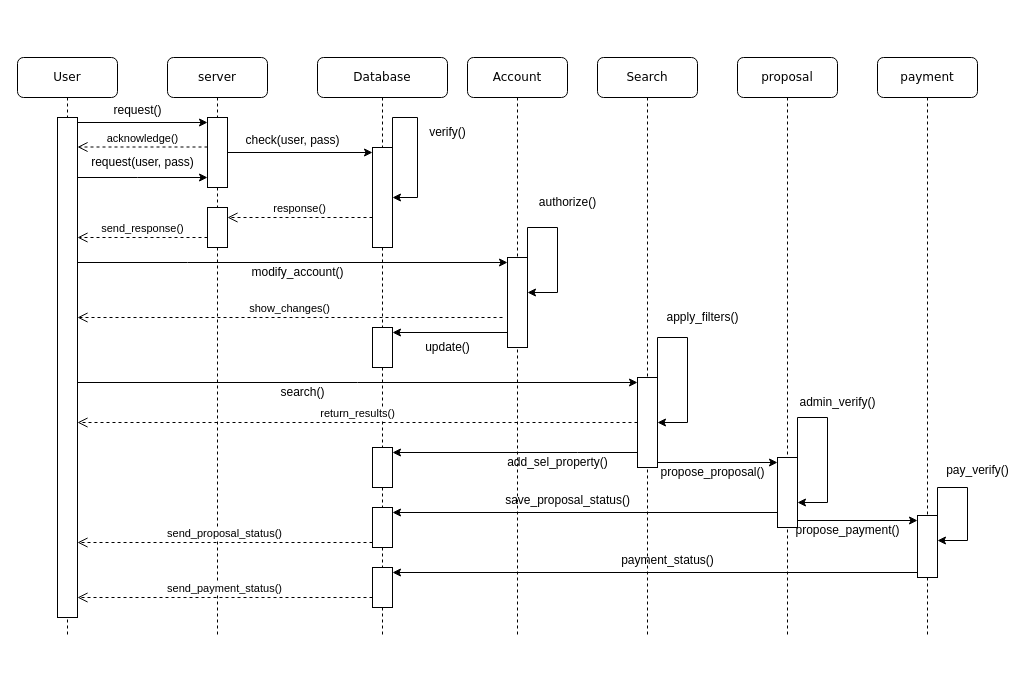
Before: interaction diagram.drawio in Jainil2004/SEPM, a draw.io diagram. Source tidied: cells renumbered, new cells numbered last; positions are measured from the earlier drawing's top-left corner, leaving out a move shared by most shapes. Both pictures are drawn from the tidied source at 100%, with x=0, y=0 at pixel (17, 57).
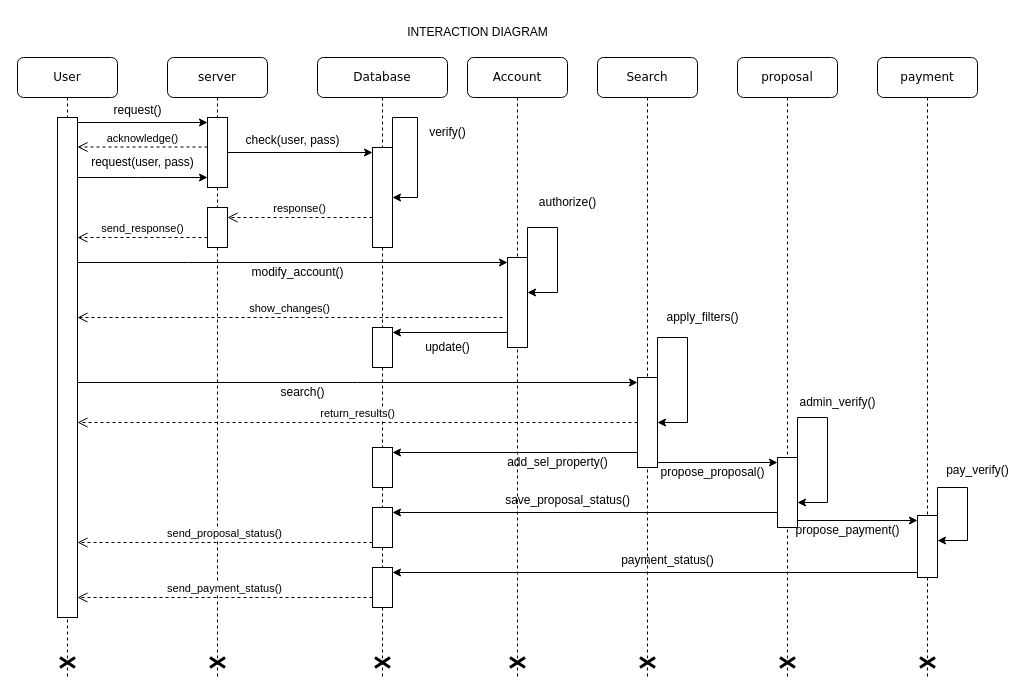
The same page after the edit.

What changed in the source:
```diff
@@
     <mxCell id="2" value="&lt;span style=&quot;white-space: pre;&quot;&gt;server&lt;br&gt;&lt;/span&gt;" style="shape=umlLifeline;perimeter=lifelinePerimeter;whiteSpace=wrap;html=1;rounded=1;shadow=0;comic=0;labelBackgroundColor=none;strokeWidth=1;fontFamily=Verdana;fontSize=12;align=center;" parent="1" vertex="1">
-      <mxGeometry x="150" width="100" height="580" as="geometry" />
+      <mxGeometry x="150" width="100" height="620" as="geometry" />
     </mxCell>
@@
+    <mxCell id="60" style="shape=umlDestroy;whiteSpace=wrap;html=1;strokeWidth=3;targetShapes=umlLifeline;" parent="2" vertex="1">
+      <mxGeometry x="42.5" y="600" width="15" height="10" as="geometry" />
+    </mxCell>
     <mxCell id="6" value="Database" style="shape=umlLifeline;perimeter=lifelinePerimeter;whiteSpace=wrap;html=1;rounded=1;shadow=0;comic=0;labelBackgroundColor=none;strokeWidth=1;fontFamily=Verdana;fontSize=12;align=center;" parent="1" vertex="1">
-      <mxGeometry x="300" width="130" height="580" as="geometry" />
+      <mxGeometry x="300" width="130" height="620" as="geometry" />
     </mxCell>
@@
+    <mxCell id="61" style="shape=umlDestroy;whiteSpace=wrap;html=1;strokeWidth=3;targetShapes=umlLifeline;" parent="6" vertex="1">
+      <mxGeometry x="57.5" y="600" width="15" height="10" as="geometry" />
+    </mxCell>
     <mxCell id="15" value="Account" style="shape=umlLifeline;perimeter=lifelinePerimeter;whiteSpace=wrap;html=1;rounded=1;shadow=0;comic=0;labelBackgroundColor=none;strokeWidth=1;fontFamily=Verdana;fontSize=12;align=center;" parent="1" vertex="1">
-      <mxGeometry x="450" width="100" height="580" as="geometry" />
+      <mxGeometry x="450" width="100" height="620" as="geometry" />
     </mxCell>
@@
+    <mxCell id="62" style="shape=umlDestroy;whiteSpace=wrap;html=1;strokeWidth=3;targetShapes=umlLifeline;" parent="15" vertex="1">
+      <mxGeometry x="42.5" y="600" width="15" height="10" as="geometry" />
+    </mxCell>
     <mxCell id="18" value="Search" style="shape=umlLifeline;perimeter=lifelinePerimeter;whiteSpace=wrap;html=1;rounded=1;shadow=0;comic=0;labelBackgroundColor=none;strokeWidth=1;fontFamily=Verdana;fontSize=12;align=center;" parent="1" vertex="1">
-      <mxGeometry x="580" width="100" height="580" as="geometry" />
+      <mxGeometry x="580" width="100" height="620" as="geometry" />
     </mxCell>
@@
+    <mxCell id="63" style="shape=umlDestroy;whiteSpace=wrap;html=1;strokeWidth=3;targetShapes=umlLifeline;" parent="18" vertex="1">
+      <mxGeometry x="42.5" y="600" width="15" height="10" as="geometry" />
+    </mxCell>
     <mxCell id="21" value="proposal" style="shape=umlLifeline;perimeter=lifelinePerimeter;whiteSpace=wrap;html=1;rounded=1;shadow=0;comic=0;labelBackgroundColor=none;strokeWidth=1;fontFamily=Verdana;fontSize=12;align=center;" parent="1" vertex="1">
-      <mxGeometry x="720" width="100" height="580" as="geometry" />
+      <mxGeometry x="720" width="100" height="620" as="geometry" />
     </mxCell>
@@
+    <mxCell id="64" style="shape=umlDestroy;whiteSpace=wrap;html=1;strokeWidth=3;targetShapes=umlLifeline;" parent="21" vertex="1">
+      <mxGeometry x="42.5" y="600" width="15" height="10" as="geometry" />
+    </mxCell>
     <mxCell id="24" value="payment" style="shape=umlLifeline;perimeter=lifelinePerimeter;whiteSpace=wrap;html=1;rounded=1;shadow=0;comic=0;labelBackgroundColor=none;strokeWidth=1;fontFamily=Verdana;fontSize=12;align=center;" parent="1" vertex="1">
-      <mxGeometry x="860" width="100" height="580" as="geometry" />
+      <mxGeometry x="860" width="100" height="620" as="geometry" />
     </mxCell>
@@
+    <mxCell id="65" style="shape=umlDestroy;whiteSpace=wrap;html=1;strokeWidth=3;targetShapes=umlLifeline;" parent="24" vertex="1">
+      <mxGeometry x="42.5" y="600" width="15" height="10" as="geometry" />
+    </mxCell>
     <mxCell id="27" value="User" style="shape=umlLifeline;perimeter=lifelinePerimeter;whiteSpace=wrap;html=1;rounded=1;shadow=0;comic=0;labelBackgroundColor=none;strokeWidth=1;fontFamily=Verdana;fontSize=12;align=center;" parent="1" vertex="1">
-      <mxGeometry width="100" height="580" as="geometry" />
+      <mxGeometry width="100" height="620" as="geometry" />
     </mxCell>
@@
+    <mxCell id="66" style="shape=umlDestroy;whiteSpace=wrap;html=1;strokeWidth=3;targetShapes=umlLifeline;" parent="27" vertex="1">
+      <mxGeometry x="42.5" y="600" width="15" height="10" as="geometry" />
+    </mxCell>
@@
+    <mxCell id="67" value="INTERACTION DIAGRAM " style="text;html=1;align=center;verticalAlign=middle;strokeColor=none;fillColor=none;" parent="1" vertex="1">
+      <mxGeometry x="380" y="-40" width="160" height="30" as="geometry" />
+    </mxCell>
```
